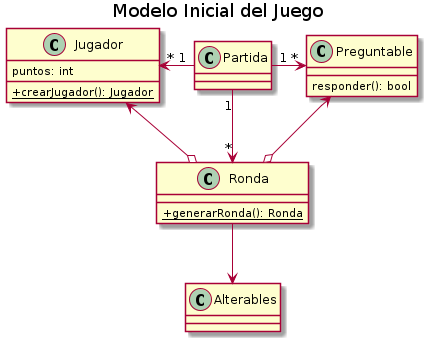
gylopezgiles/TP2 keeps this PlantUML diagram as doc/Diagramas/Diagramas_Clase/partida/partida/Modelo Inicial del Juego.png. Above is the earlier version. Source of this version:
```plantuml
@startuml
title Modelo Inicial del Juego
skinparam classAttributeIconSize 0

class Partida{
}


class Jugador{
    puntos: int

    + {static} crearJugador(): Jugador
}

class Preguntable{
    responder(): bool
}

class Ronda{
    + {static} generarRonda(): Ronda
}

class Alterables{
}



Partida "1"-left->"*" Jugador

Partida "1"->"*" Preguntable

Partida "1" -down->"*" Ronda
Ronda -down-> Alterables
Ronda o-up-> Preguntable
Ronda o-left->Jugador


@enduml
```
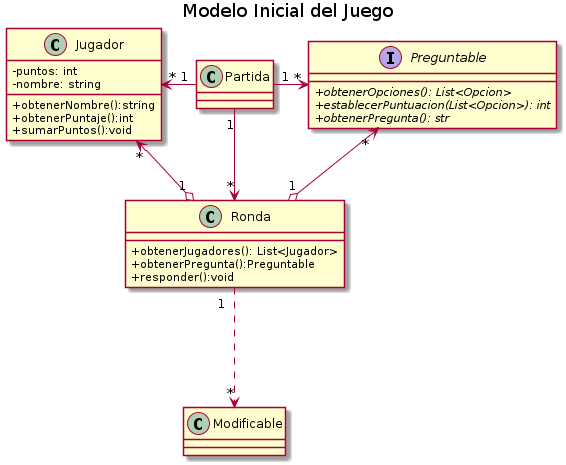
The same file after the commit.

Change to the diagram source:
```diff
@@ -7,20 +7,30 @@
 
 
 class Jugador{
-    puntos: int
+    - puntos: int
+    - nombre: string
 
-    + {static} crearJugador(): Jugador
+    + obtenerNombre():string
+    + obtenerPuntaje():int
+    + sumarPuntos():void
 }
 
-class Preguntable{
-    responder(): bool
+interface Preguntable{
+    + {abstract}obtenerOpciones(): List<Opcion>
+    + {abstract}establecerPuntuacion(List<Opcion>): int
+    + {abstract}obtenerPregunta(): str
+
 }
 
 class Ronda{
-    + {static} generarRonda(): Ronda
+
+    + obtenerJugadores(): List<Jugador>
+    + obtenerPregunta():Preguntable
+    + responder():void
 }
 
-class Alterables{
+class Modificable{
+
 }
 
 
@@ -30,9 +40,9 @@
 Partida "1"->"*" Preguntable
 
 Partida "1" -down->"*" Ronda
-Ronda -down-> Alterables
-Ronda o-up-> Preguntable
-Ronda o-left->Jugador
+Ronda "1  "-down..>"*" Modificable
+Ronda "1" o-up->"*" Preguntable
+Ronda "1" o-left->"*"Jugador
 
 
 @enduml
```
